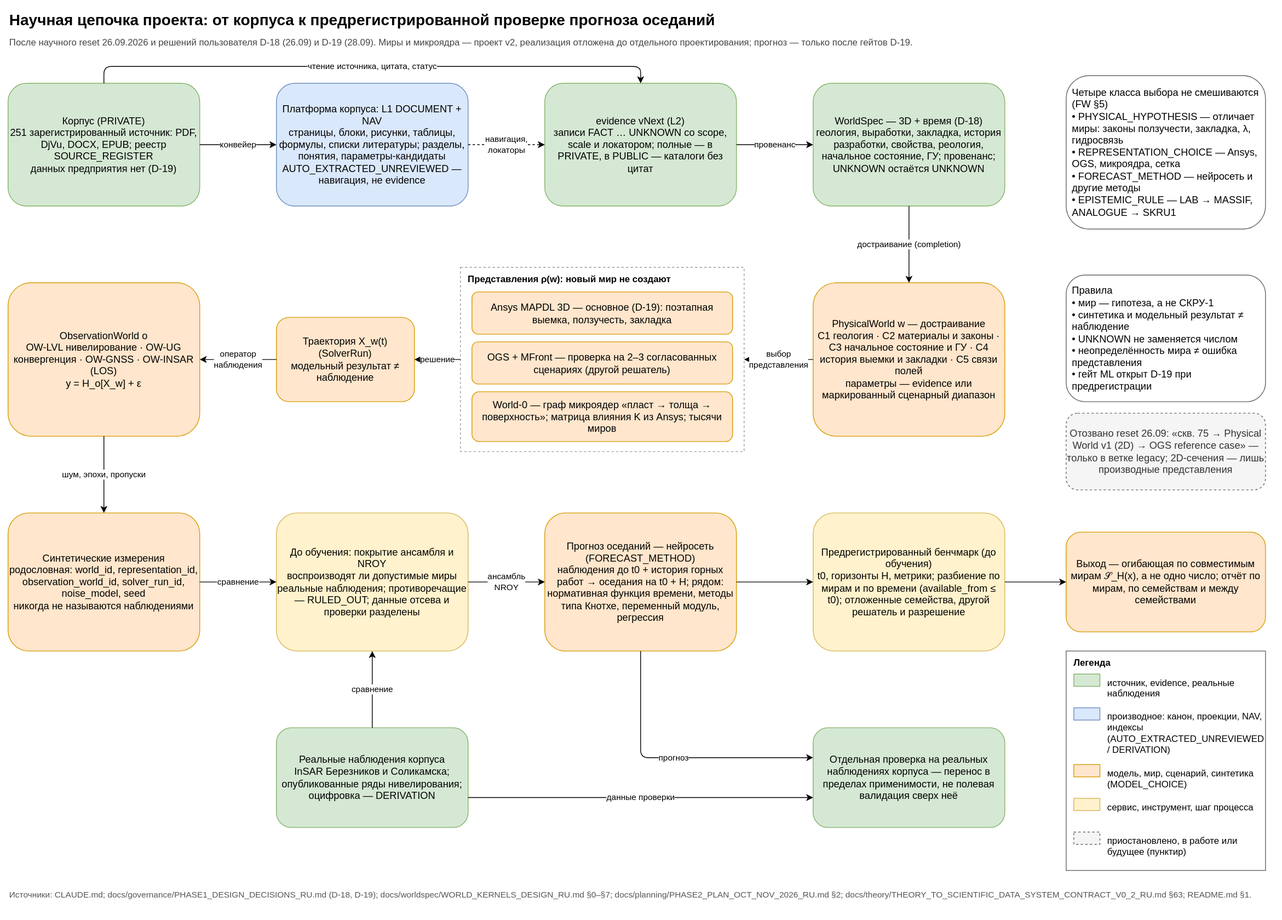
This is docs/diagrams/science_chain.svg from SUKUNA-AI/vkm-subsidence-forecasting, a draw.io export, as it was before one commit. Source tidied: cells renumbered, new cells last; positions are measured from the earlier drawing's top-left corner, leaving out a move shared by most shapes.
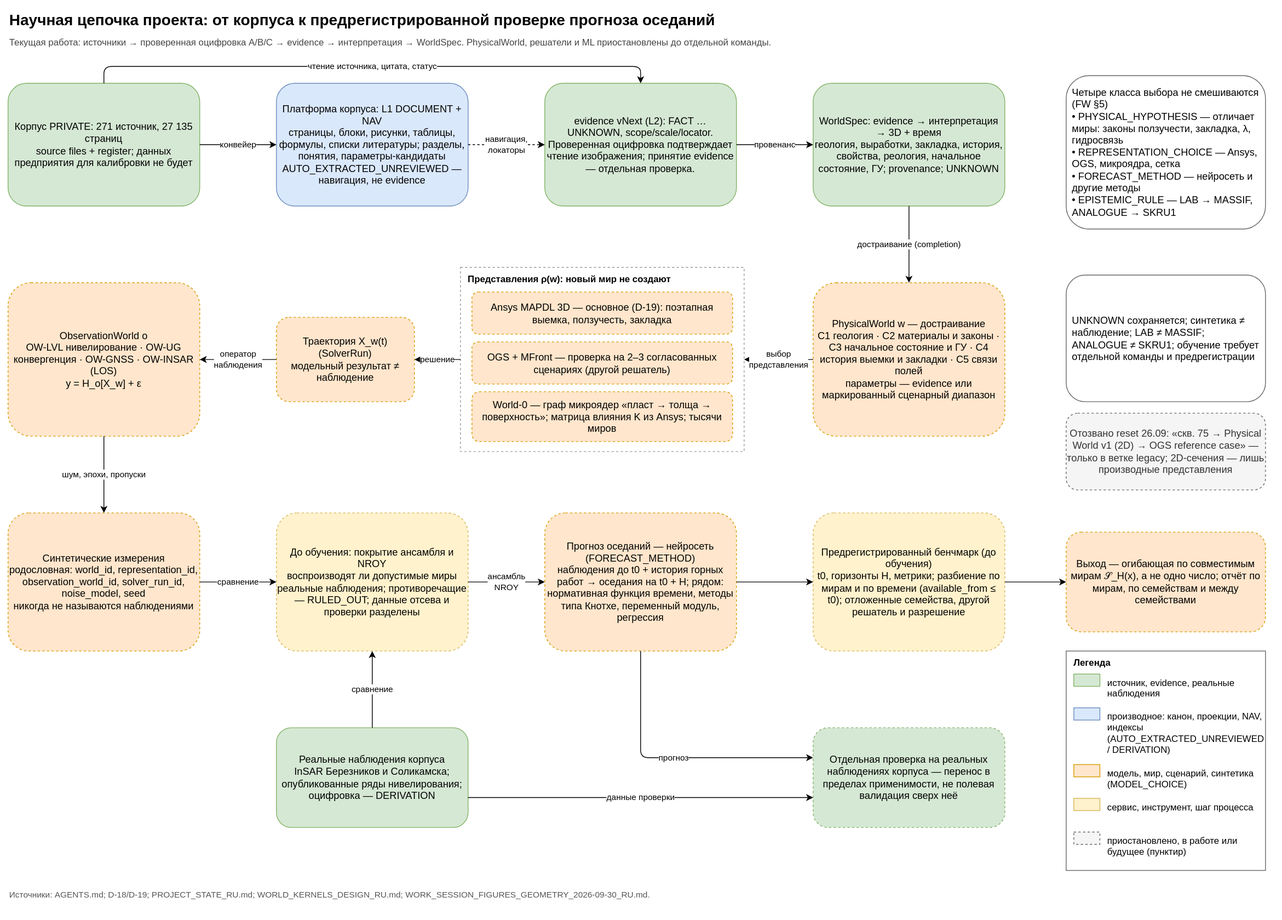
After the change.

Change to the diagram source:
```diff
@@ -5,67 +5,67 @@
     <mxCell id="2" value="Научная цепочка проекта: от корпуса к предрегистрированной проверке прогноза оседаний" style="text;align=left;fontSize=20;fontStyle=1;html=1;verticalAlign=middle;whiteSpace=wrap;" parent="1" vertex="1">
       <mxGeometry width="1640" height="30" as="geometry" />
     </mxCell>
-    <mxCell id="3" value="После научного reset 26.09.2026 и решений пользователя D-18 (26.09) и D-19 (28.09). Миры и микроядра — проект v2, реализация отложена до отдельного проектирования; прогноз — только после гейтов D-19." style="text;align=left;fontColor=#444444;fontSize=12;html=1;verticalAlign=middle;whiteSpace=wrap;" parent="1" vertex="1">
+    <mxCell id="3" value="Текущая работа: источники → проверенная оцифровка A/B/C → evidence → интерпретация → WorldSpec. PhysicalWorld, решатели и ML приостановлены до отдельной команды." style="text;align=left;fontColor=#444444;fontSize=12;html=1;verticalAlign=middle;whiteSpace=wrap;" parent="1" vertex="1">
       <mxGeometry y="32" width="1640" height="25" as="geometry" />
     </mxCell>
-    <mxCell id="4" value="Корпус (PRIVATE)&lt;br&gt;251 зарегистрированный источник: PDF, DjVu, DOCX, EPUB; реестр SOURCE_REGISTER&lt;br&gt;данных предприятия нет (D-19)" style="fillColor=#d5e8d4;fontSize=13;html=1;rounded=1;strokeColor=#82b366;whiteSpace=wrap;" parent="1" vertex="1">
+    <mxCell id="4" value="Корпус PRIVATE: 271 источник, 27 135 страниц&lt;br&gt;source files + register; данных предприятия для калибровки не будет" style="fillColor=#d5e8d4;fontSize=13;html=1;rounded=1;strokeColor=#82b366;whiteSpace=wrap;" parent="1" vertex="1">
       <mxGeometry y="98" width="250" height="160" as="geometry" />
     </mxCell>
     <mxCell id="5" value="Платформа корпуса: L1 DOCUMENT + NAV&lt;br&gt;страницы, блоки, рисунки, таблицы, формулы, списки литературы; разделы, понятия, параметры-кандидаты&lt;br&gt;AUTO_EXTRACTED_UNREVIEWED — навигация, не evidence" style="fillColor=#dae8fc;fontSize=13;html=1;rounded=1;strokeColor=#6c8ebf;whiteSpace=wrap;" parent="1" vertex="1">
       <mxGeometry x="350" y="98" width="250" height="160" as="geometry" />
     </mxCell>
-    <mxCell id="6" value="evidence vNext (L2)&lt;br&gt;записи FACT … UNKNOWN со scope, scale и локатором; полные — в PRIVATE, в PUBLIC — каталоги без цитат" style="fillColor=#d5e8d4;fontSize=13;html=1;rounded=1;strokeColor=#82b366;whiteSpace=wrap;" parent="1" vertex="1">
+    <mxCell id="6" value="evidence vNext (L2): FACT … UNKNOWN, scope/scale/locator. Проверенная оцифровка подтверждает чтение изображения; принятие evidence — отдельная проверка." style="fillColor=#d5e8d4;fontSize=13;html=1;rounded=1;strokeColor=#82b366;whiteSpace=wrap;" parent="1" vertex="1">
       <mxGeometry x="700" y="98" width="250" height="160" as="geometry" />
     </mxCell>
-    <mxCell id="7" value="WorldSpec — 3D + время (D-18)&lt;br&gt;геология, выработки, закладка, история разработки, свойства, реология, начальное состояние, ГУ; провенанс; UNKNOWN остаётся UNKNOWN" style="fillColor=#d5e8d4;fontSize=13;html=1;rounded=1;strokeColor=#82b366;whiteSpace=wrap;" parent="1" vertex="1">
+    <mxCell id="7" value="WorldSpec: evidence → интерпретация → 3D + время&lt;br&gt;геология, выработки, закладка, история, свойства, реология, начальное состояние, ГУ; provenance; UNKNOWN" style="fillColor=#d5e8d4;fontSize=13;html=1;rounded=1;strokeColor=#82b366;whiteSpace=wrap;" parent="1" vertex="1">
       <mxGeometry x="1050" y="98" width="250" height="160" as="geometry" />
     </mxCell>
-    <mxCell id="8" value="PhysicalWorld w — достраивание&lt;br&gt;C1 геология · C2 материалы и законы · C3 начальное состояние и ГУ · C4 история выемки и закладки · C5 связи полей&lt;br&gt;параметры — evidence или маркированный сценарный диапазон" style="fillColor=#ffe6cc;fontSize=13;html=1;rounded=1;strokeColor=#d79b00;whiteSpace=wrap;" parent="1" vertex="1">
+    <mxCell id="8" value="PhysicalWorld w — достраивание&lt;br&gt;C1 геология · C2 материалы и законы · C3 начальное состояние и ГУ · C4 история выемки и закладки · C5 связи полей&lt;br&gt;параметры — evidence или маркированный сценарный диапазон" style="dashed=1;fillColor=#ffe6cc;fontSize=13;html=1;rounded=1;strokeColor=#d79b00;whiteSpace=wrap;" parent="1" vertex="1">
       <mxGeometry x="1050" y="358" width="250" height="200" as="geometry" />
     </mxCell>
     <mxCell id="9" value="Представления ρ(w): новый мир не создают" style="align=left;dashed=1;fillColor=none;fontSize=12;fontStyle=1;html=1;rounded=0;spacingLeft=8;spacingTop=2;strokeColor=#999999;verticalAlign=top;whiteSpace=wrap;" parent="1" vertex="1">
       <mxGeometry x="590" y="338" width="370" height="240" as="geometry" />
     </mxCell>
-    <mxCell id="10" value="Ansys MAPDL 3D — основное (D-19): поэтапная выемка, ползучесть, закладка" style="fillColor=#ffe6cc;fontSize=13;html=1;rounded=1;strokeColor=#d79b00;whiteSpace=wrap;" parent="9" vertex="1">
+    <mxCell id="10" value="Ansys MAPDL 3D — основное (D-19): поэтапная выемка, ползучесть, закладка" style="dashed=1;fillColor=#ffe6cc;fontSize=13;html=1;rounded=1;strokeColor=#d79b00;whiteSpace=wrap;" parent="9" vertex="1">
       <mxGeometry x="15" y="32" width="340" height="55" as="geometry" />
     </mxCell>
-    <mxCell id="11" value="OGS + MFront — проверка на 2–3 согласованных сценариях (другой решатель)" style="fillColor=#ffe6cc;fontSize=13;html=1;rounded=1;strokeColor=#d79b00;whiteSpace=wrap;" parent="9" vertex="1">
+    <mxCell id="11" value="OGS + MFront — проверка на 2–3 согласованных сценариях (другой решатель)" style="dashed=1;fillColor=#ffe6cc;fontSize=13;html=1;rounded=1;strokeColor=#d79b00;whiteSpace=wrap;" parent="9" vertex="1">
       <mxGeometry x="15" y="97" width="340" height="55" as="geometry" />
     </mxCell>
-    <mxCell id="12" value="World-0 — граф микроядер «пласт → толща → поверхность»; матрица влияния K из Ansys; тысячи миров" style="fillColor=#ffe6cc;fontSize=13;html=1;rounded=1;strokeColor=#d79b00;whiteSpace=wrap;" parent="9" vertex="1">
+    <mxCell id="12" value="World-0 — граф микроядер «пласт → толща → поверхность»; матрица влияния K из Ansys; тысячи миров" style="dashed=1;fillColor=#ffe6cc;fontSize=13;html=1;rounded=1;strokeColor=#d79b00;whiteSpace=wrap;" parent="9" vertex="1">
       <mxGeometry x="15" y="162" width="340" height="65" as="geometry" />
     </mxCell>
-    <mxCell id="13" value="Траектория X_w(t)&lt;br&gt;(SolverRun)&lt;br&gt;модельный результат ≠ наблюдение" style="fillColor=#ffe6cc;fontSize=13;html=1;rounded=1;strokeColor=#d79b00;whiteSpace=wrap;" parent="1" vertex="1">
+    <mxCell id="13" value="Траектория X_w(t)&lt;br&gt;(SolverRun)&lt;br&gt;модельный результат ≠ наблюдение" style="dashed=1;fillColor=#ffe6cc;fontSize=13;html=1;rounded=1;strokeColor=#d79b00;whiteSpace=wrap;" parent="1" vertex="1">
       <mxGeometry x="350" y="403" width="180" height="110" as="geometry" />
     </mxCell>
-    <mxCell id="14" value="ObservationWorld o&lt;br&gt;OW-LVL нивелирование · OW-UG конвергенция · OW-GNSS · OW-INSAR (LOS)&lt;br&gt;y = H_o[X_w] + ε" style="fillColor=#ffe6cc;fontSize=13;html=1;rounded=1;strokeColor=#d79b00;whiteSpace=wrap;" parent="1" vertex="1">
+    <mxCell id="14" value="ObservationWorld o&lt;br&gt;OW-LVL нивелирование · OW-UG конвергенция · OW-GNSS · OW-INSAR (LOS)&lt;br&gt;y = H_o[X_w] + ε" style="dashed=1;fillColor=#ffe6cc;fontSize=13;html=1;rounded=1;strokeColor=#d79b00;whiteSpace=wrap;" parent="1" vertex="1">
       <mxGeometry y="358" width="250" height="200" as="geometry" />
     </mxCell>
-    <mxCell id="15" value="Синтетические измерения&lt;br&gt;родословная: world_id, representation_id, observation_world_id, solver_run_id, noise_model, seed&lt;br&gt;никогда не называются наблюдениями" style="fillColor=#ffe6cc;fontSize=13;html=1;rounded=1;strokeColor=#d79b00;whiteSpace=wrap;" parent="1" vertex="1">
+    <mxCell id="15" value="Синтетические измерения&lt;br&gt;родословная: world_id, representation_id, observation_world_id, solver_run_id, noise_model, seed&lt;br&gt;никогда не называются наблюдениями" style="dashed=1;fillColor=#ffe6cc;fontSize=13;html=1;rounded=1;strokeColor=#d79b00;whiteSpace=wrap;" parent="1" vertex="1">
       <mxGeometry y="658" width="250" height="180" as="geometry" />
     </mxCell>
-    <mxCell id="16" value="До обучения: покрытие ансамбля и NROY&lt;br&gt;воспроизводят ли допустимые миры реальные наблюдения; противоречащие — RULED_OUT; данные отсева и проверки разделены" style="fillColor=#fff2cc;fontSize=13;html=1;rounded=1;strokeColor=#d6b656;whiteSpace=wrap;" parent="1" vertex="1">
+    <mxCell id="16" value="До обучения: покрытие ансамбля и NROY&lt;br&gt;воспроизводят ли допустимые миры реальные наблюдения; противоречащие — RULED_OUT; данные отсева и проверки разделены" style="dashed=1;fillColor=#fff2cc;fontSize=13;html=1;rounded=1;strokeColor=#d6b656;whiteSpace=wrap;" parent="1" vertex="1">
       <mxGeometry x="350" y="658" width="250" height="180" as="geometry" />
     </mxCell>
-    <mxCell id="17" value="Прогноз оседаний — нейросеть (FORECAST_METHOD)&lt;br&gt;наблюдения до t0 + история горных работ → оседания на t0 + H; рядом: нормативная функция времени, методы типа Кнотхе, переменный модуль, регрессия" style="fillColor=#ffe6cc;fontSize=13;html=1;rounded=1;strokeColor=#d79b00;whiteSpace=wrap;" parent="1" vertex="1">
+    <mxCell id="17" value="Прогноз оседаний — нейросеть (FORECAST_METHOD)&lt;br&gt;наблюдения до t0 + история горных работ → оседания на t0 + H; рядом: нормативная функция времени, методы типа Кнотхе, переменный модуль, регрессия" style="dashed=1;fillColor=#ffe6cc;fontSize=13;html=1;rounded=1;strokeColor=#d79b00;whiteSpace=wrap;" parent="1" vertex="1">
       <mxGeometry x="700" y="658" width="250" height="180" as="geometry" />
     </mxCell>
-    <mxCell id="18" value="Предрегистрированный бенчмарк (до обучения)&lt;br&gt;t0, горизонты H, метрики; разбиение по мирам и по времени (available_from ≤ t0); отложенные семейства, другой решатель и разрешение" style="fillColor=#fff2cc;fontSize=13;html=1;rounded=1;strokeColor=#d6b656;whiteSpace=wrap;" parent="1" vertex="1">
+    <mxCell id="18" value="Предрегистрированный бенчмарк (до обучения)&lt;br&gt;t0, горизонты H, метрики; разбиение по мирам и по времени (available_from ≤ t0); отложенные семейства, другой решатель и разрешение" style="dashed=1;fillColor=#fff2cc;fontSize=13;html=1;rounded=1;strokeColor=#d6b656;whiteSpace=wrap;" parent="1" vertex="1">
       <mxGeometry x="1050" y="658" width="250" height="180" as="geometry" />
     </mxCell>
-    <mxCell id="19" value="Выход — огибающая по совместимым мирам 𝒮_H(x), а не одно число; отчёт по мирам, по семействам и между семействами" style="fillColor=#ffe6cc;fontSize=13;html=1;rounded=1;strokeColor=#d79b00;whiteSpace=wrap;" parent="1" vertex="1">
+    <mxCell id="19" value="Выход — огибающая по совместимым мирам 𝒮_H(x), а не одно число; отчёт по мирам, по семействам и между семействами" style="dashed=1;fillColor=#ffe6cc;fontSize=13;html=1;rounded=1;strokeColor=#d79b00;whiteSpace=wrap;" parent="1" vertex="1">
       <mxGeometry x="1380" y="683" width="260" height="130" as="geometry" />
     </mxCell>
     <mxCell id="20" value="Реальные наблюдения корпуса&lt;br&gt;InSAR Березников и Соликамска; опубликованные ряды нивелирования; оцифровка — DERIVATION" style="fillColor=#d5e8d4;fontSize=13;html=1;rounded=1;strokeColor=#82b366;whiteSpace=wrap;" parent="1" vertex="1">
       <mxGeometry x="350" y="938" width="250" height="130" as="geometry" />
     </mxCell>
-    <mxCell id="21" value="Отдельная проверка на реальных наблюдениях корпуса — перенос в пределах применимости, не полевая валидация сверх неё" style="fillColor=#d5e8d4;fontSize=13;html=1;rounded=1;strokeColor=#82b366;whiteSpace=wrap;" parent="1" vertex="1">
+    <mxCell id="21" value="Отдельная проверка на реальных наблюдениях корпуса — перенос в пределах применимости, не полевая валидация сверх неё" style="dashed=1;fillColor=#d5e8d4;fontSize=13;html=1;rounded=1;strokeColor=#82b366;whiteSpace=wrap;" parent="1" vertex="1">
       <mxGeometry x="1050" y="938" width="250" height="130" as="geometry" />
     </mxCell>
     <mxCell id="22" value="Четыре класса выбора не смешиваются (FW §5)&lt;br&gt;• PHYSICAL_HYPOTHESIS — отличает миры: законы ползучести, закладка, λ, гидросвязь&lt;br&gt;• REPRESENTATION_CHOICE — Ansys, OGS, микроядра, сетка&lt;br&gt;• FORECAST_METHOD — нейросеть и другие методы&lt;br&gt;• EPISTEMIC_RULE — LAB → MASSIF, ANALOGUE → SKRU1" style="align=left;fillColor=#ffffff;fontSize=13;html=1;rounded=1;spacingLeft=6;spacingRight=4;strokeColor=#666666;whiteSpace=wrap;" parent="1" vertex="1">
       <mxGeometry x="1380" y="88" width="260" height="200" as="geometry" />
     </mxCell>
-    <mxCell id="23" value="Правила&lt;br&gt;• мир — гипотеза, а не СКРУ-1&lt;br&gt;• синтетика и модельный результат ≠ наблюдение&lt;br&gt;• UNKNOWN не заменяется числом&lt;br&gt;• неопределённость мира ≠ ошибка представления&lt;br&gt;• гейт ML открыт D-19 при предрегистрации" style="align=left;fillColor=#ffffff;fontSize=13;html=1;rounded=1;spacingLeft=6;spacingRight=4;strokeColor=#666666;whiteSpace=wrap;" parent="1" vertex="1">
+    <mxCell id="23" value="UNKNOWN сохраняется; синтетика ≠ наблюдение; LAB ≠ MASSIF; ANALOGUE ≠ SKRU1; обучение требует отдельной команды и предрегистрации" style="align=left;fillColor=#ffffff;fontSize=13;html=1;rounded=1;spacingLeft=6;spacingRight=4;strokeColor=#666666;whiteSpace=wrap;" parent="1" vertex="1">
       <mxGeometry x="1380" y="348" width="260" height="165" as="geometry" />
     </mxCell>
     <mxCell id="24" value="Отозвано reset 26.09: «скв. 75 → Physical World v1 (2D) → OGS reference case» — только в ветке legacy; 2D-сечения — лишь производные представления" style="dashed=1;fillColor=#f5f5f5;fontColor=#333333;fontSize=13;html=1;rounded=1;strokeColor=#666666;whiteSpace=wrap;" parent="1" vertex="1">
@@ -104,7 +104,7 @@
     <mxCell id="35" value="приостановлено, в работе или будущее (пунктир)" style="text;align=left;fontSize=12;html=1;verticalAlign=top;whiteSpace=wrap;" parent="25" vertex="1">
       <mxGeometry x="52" y="234" width="200" height="40" as="geometry" />
     </mxCell>
-    <mxCell id="36" value="Источники: CLAUDE.md; docs/governance/PHASE1_DESIGN_DECISIONS_RU.md (D-18, D-19); docs/worldspec/WORLD_KERNELS_DESIGN_RU.md §0–§7; docs/planning/PHASE2_PLAN_OCT_NOV_2026_RU.md §2; docs/theory/THEORY_TO_SCIENTIFIC_DATA_SYSTEM_CONTRACT_V0_2_RU.md §63; README.md §1." style="text;align=left;fontColor=#555555;fontSize=11;html=1;verticalAlign=middle;whiteSpace=wrap;" parent="1" vertex="1">
+    <mxCell id="36" value="Источники: AGENTS.md; D-18/D-19; PROJECT_STATE_RU.md; WORLD_KERNELS_DESIGN_RU.md; WORK_SESSION_FIGURES_GEOMETRY_2026-09-30_RU.md." style="text;align=left;fontColor=#555555;fontSize=11;html=1;verticalAlign=middle;whiteSpace=wrap;" parent="1" vertex="1">
       <mxGeometry y="1143" width="1640" height="25" as="geometry" />
     </mxCell>
     <mxCell id="37" value="конвейер" style="edgeStyle=orthogonalEdgeStyle;endArrow=classic;entryDx=0;entryDy=0;entryX=0;entryY=0.5;exitDx=0;exitDy=0;exitX=1;exitY=0.5;fontSize=11;html=1;labelBackgroundColor=#ffffff;rounded=1;" parent="1" edge="1" source="4" target="5">
```
